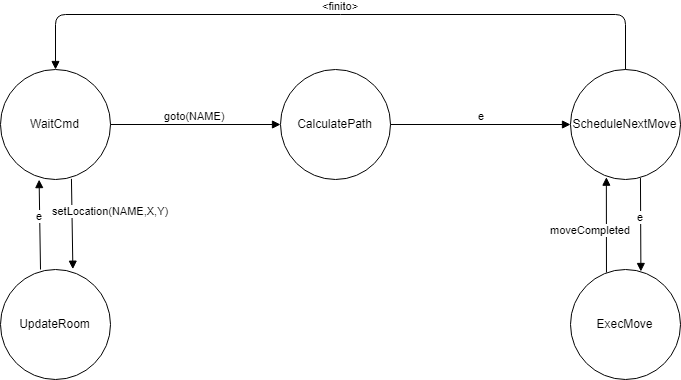
Earlier version of the draw.io export Docs/sprint2/PlannerBehaviour.png (xAlessandroC/iss2019TemaFinale). Source tidied: cells renumbered, new cells last; positions are measured from the earlier drawing's top-left corner, leaving out a move shared by most shapes.
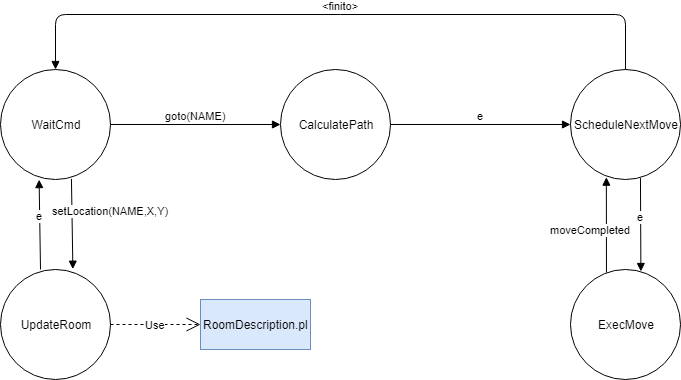
The same file after the commit.

Diff of the diagram source:
```diff
@@ -45,5 +45,11 @@
         </Array>
       </mxGeometry>
     </mxCell>
+    <mxCell id="14" value="RoomDescription.pl" style="html=1;fillColor=#dae8fc;strokeColor=#6c8ebf;" parent="1" vertex="1">
+      <mxGeometry x="200" y="285" width="110" height="50" as="geometry" />
+    </mxCell>
+    <mxCell id="15" value="Use" style="endArrow=open;endSize=12;dashed=1;html=1;exitX=1;exitY=0.5;exitDx=0;exitDy=0;entryX=0;entryY=0.5;entryDx=0;entryDy=0;" parent="1" edge="1" source="6" target="14">
+      <mxGeometry relative="1" as="geometry" />
+    </mxCell>
   </root>
 </mxGraphModel>
```
